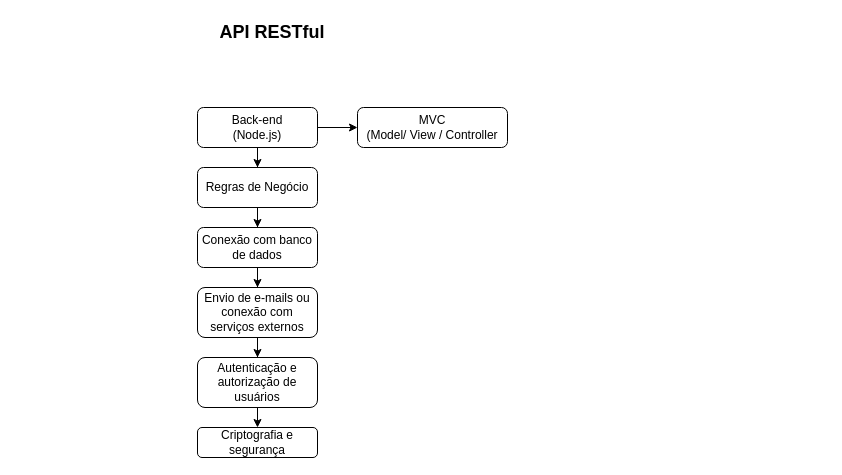
Before: APIRESTful.drawio in felipecgm/bootcamp-nlw, a draw.io diagram. Source tidied: cells renumbered, new cells numbered last; positions are measured from the earlier drawing's top-left corner, leaving out a move shared by most shapes. Both pictures are drawn from the tidied source at 100%, with x=0, y=0 at pixel (197, 17).
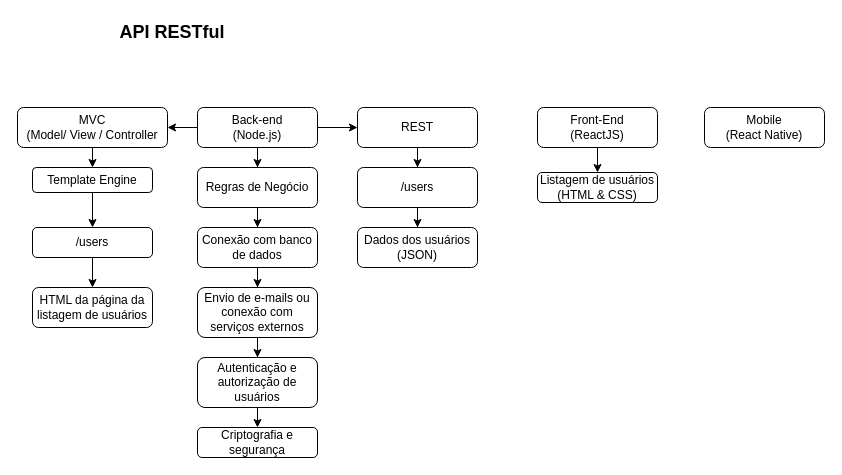
After the change.

Unchanged cells that the change refers to:
```xml
<mxCell id="4" value="Back-end&lt;br&gt;(Node.js)" style="rounded=1;whiteSpace=wrap;html=1;fontSize=12;glass=0;strokeWidth=1;shadow=0;" parent="1" vertex="1">
  <mxGeometry y="90" width="120" height="40" as="geometry" />
</mxCell>
```

Change to the diagram source:
```diff
@@
+    <mxCell id="16" style="edgeStyle=orthogonalEdgeStyle;rounded=0;jettySize=auto;html=1;" parent="1" edge="1" source="4" target="18">
+      <mxGeometry relative="1" as="geometry" />
+    </mxCell>
@@
+    <mxCell id="17" style="edgeStyle=orthogonalEdgeStyle;rounded=0;jettySize=auto;html=1;" parent="1" edge="1" source="18" target="20">
+      <mxGeometry relative="1" as="geometry" />
+    </mxCell>
+    <mxCell id="18" value="REST" style="rounded=1;whiteSpace=wrap;html=1;fontSize=12;glass=0;strokeWidth=1;shadow=0;" parent="1" vertex="1">
+      <mxGeometry x="160" y="90" width="120" height="40" as="geometry" />
+    </mxCell>
+    <mxCell id="19" style="edgeStyle=orthogonalEdgeStyle;rounded=0;jettySize=auto;html=1;" parent="1" edge="1" source="20" target="21">
+      <mxGeometry relative="1" as="geometry" />
+    </mxCell>
+    <mxCell id="20" value="/users" style="rounded=1;whiteSpace=wrap;html=1;fontSize=12;glass=0;strokeWidth=1;shadow=0;" parent="1" vertex="1">
+      <mxGeometry x="160" y="150" width="120" height="40" as="geometry" />
+    </mxCell>
+    <mxCell id="21" value="Dados dos usuários (JSON)" style="rounded=1;whiteSpace=wrap;html=1;fontSize=12;glass=0;strokeWidth=1;shadow=0;" parent="1" vertex="1">
+      <mxGeometry x="160" y="210" width="120" height="40" as="geometry" />
+    </mxCell>
@@
     <mxCell id="14" value="&lt;b&gt;&lt;font style=&quot;font-size: 18px&quot;&gt;API RESTful&lt;/font&gt;&lt;/b&gt;" style="text;html=1;strokeColor=none;fillColor=none;align=center;verticalAlign=middle;whiteSpace=wrap;rounded=0;" parent="1" vertex="1">
-      <mxGeometry width="150" height="30" as="geometry" />
+      <mxGeometry x="-100" width="150" height="30" as="geometry" />
     </mxCell>
     <mxCell id="15" value="MVC&lt;br&gt;(Model/ View / Controller&lt;br&gt;" style="rounded=1;whiteSpace=wrap;html=1;" parent="1" vertex="1">
-      <mxGeometry x="160" y="90" width="150" height="40" as="geometry" />
+      <mxGeometry x="-180" y="90" width="150" height="40" as="geometry" />
     </mxCell>
+    <mxCell id="22" value="Template Engine" style="rounded=1;whiteSpace=wrap;html=1;" parent="1" vertex="1">
+      <mxGeometry x="-165" y="150" width="120" height="25" as="geometry" />
+    </mxCell>
+    <mxCell id="23" style="edgeStyle=orthogonalEdgeStyle;rounded=0;jettySize=auto;html=1;" parent="1" edge="1" source="24" target="25">
+      <mxGeometry relative="1" as="geometry" />
+    </mxCell>
+    <mxCell id="24" value="/users" style="rounded=1;whiteSpace=wrap;html=1;" parent="1" vertex="1">
+      <mxGeometry x="-165" y="210" width="120" height="30" as="geometry" />
+    </mxCell>
+    <mxCell id="25" value="HTML da página da listagem de usuários" style="rounded=1;whiteSpace=wrap;html=1;" parent="1" vertex="1">
+      <mxGeometry x="-165" y="270" width="120" height="40" as="geometry" />
+    </mxCell>
+    <mxCell id="26" style="endArrow=classic;html=1;exitX=0.5;exitY=1;exitDx=0;exitDy=0;entryX=0.5;entryY=0;entryDx=0;entryDy=0;" parent="1" edge="1" source="15" target="22">
+      <mxGeometry relative="1" as="geometry" />
+    </mxCell>
+    <mxCell id="27" style="endArrow=classic;html=1;exitX=0.5;exitY=1;exitDx=0;exitDy=0;entryX=0.5;entryY=0;entryDx=0;entryDy=0;" parent="1" edge="1" source="22" target="24">
+      <mxGeometry relative="1" as="geometry" />
+    </mxCell>
+    <mxCell id="28" style="edgeStyle=orthogonalEdgeStyle;rounded=0;jettySize=auto;html=1;" parent="1" edge="1" source="29" target="30">
+      <mxGeometry relative="1" as="geometry" />
+    </mxCell>
+    <mxCell id="29" value="Front-End&lt;br&gt;(ReactJS)" style="rounded=1;whiteSpace=wrap;html=1;" parent="1" vertex="1">
+      <mxGeometry x="340" y="90" width="120" height="40" as="geometry" />
+    </mxCell>
+    <mxCell id="30" value="Listagem de usuários (HTML &amp;amp; CSS)" style="rounded=1;whiteSpace=wrap;html=1;" parent="1" vertex="1">
+      <mxGeometry x="340" y="155" width="120" height="30" as="geometry" />
+    </mxCell>
+    <mxCell id="31" value="Mobile&lt;br&gt;(React Native)" style="rounded=1;whiteSpace=wrap;html=1;" parent="1" vertex="1">
+      <mxGeometry x="507" y="90" width="120" height="40" as="geometry" />
+    </mxCell>
```
